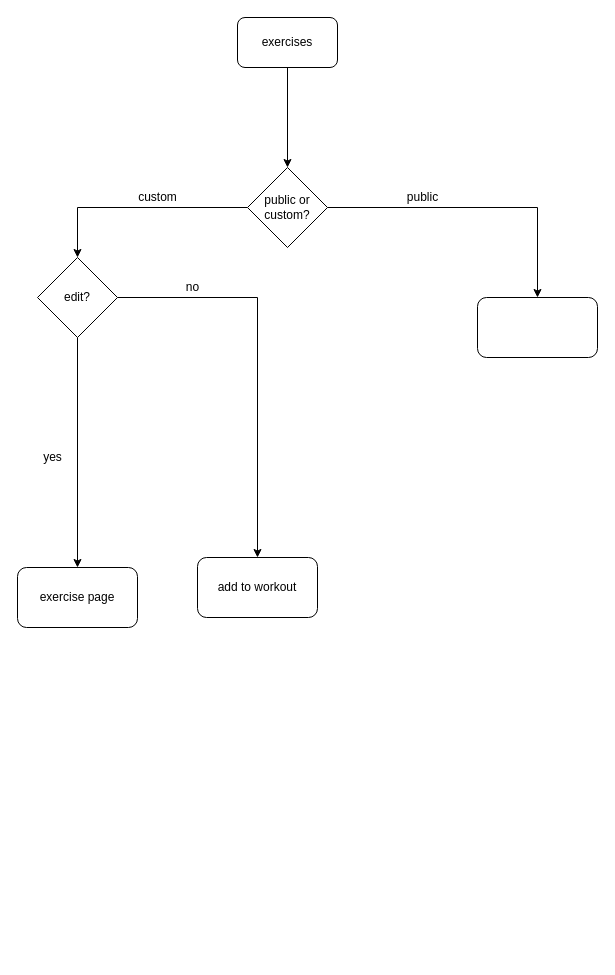
ktderosier/ReactWorkoutApp keeps this draw.io diagram as page "exercise library" (6 of 6) of Untitled Diagram.drawio. Above is the earlier version. Source tidied: cells renumbered, new cells numbered last; positions are measured from the earlier drawing's top-left corner, leaving out a move shared by most shapes. Both pictures are drawn from the tidied source at 100%, with x=0, y=0 at pixel (17, 17).
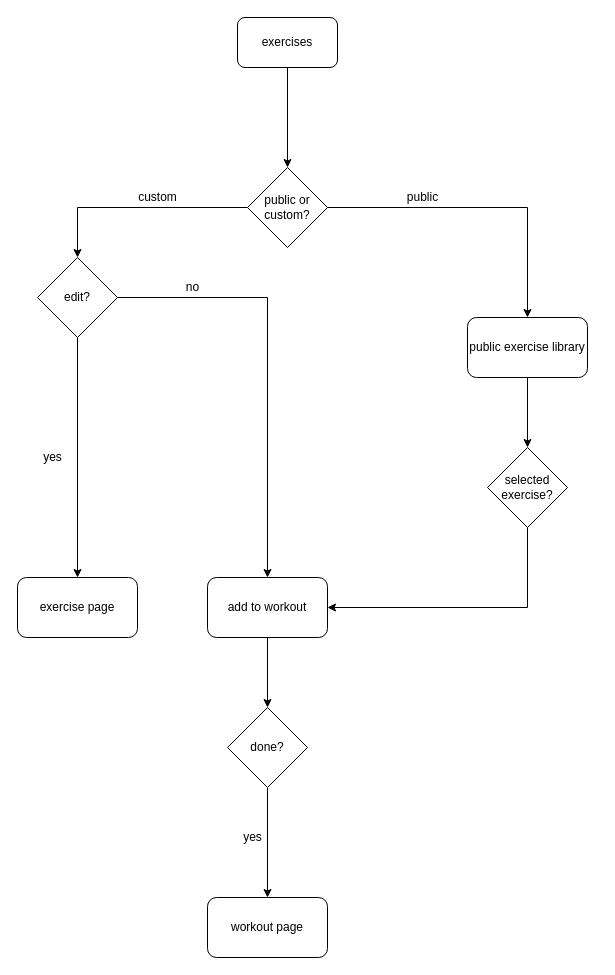
The same page after the edit.

Change to the diagram source:
```diff
@@
+    <mxCell id="17" style="edgeStyle=orthogonalEdgeStyle;rounded=0;jettySize=auto;html=1;" parent="1" edge="1" source="7" target="22">
+      <mxGeometry relative="1" as="geometry" />
+    </mxCell>
     <mxCell id="7" value="add to workout" style="rounded=1;whiteSpace=wrap;html=1;" parent="1" vertex="1">
-      <mxGeometry x="180" y="540" width="120" height="60" as="geometry" />
+      <mxGeometry x="190" y="560" width="120" height="60" as="geometry" />
     </mxCell>
+    <mxCell id="18" style="edgeStyle=orthogonalEdgeStyle;rounded=0;jettySize=auto;html=1;" parent="1" edge="1" source="8" target="20">
+      <mxGeometry relative="1" as="geometry" />
+    </mxCell>
-    <mxCell id="8" style="rounded=1;whiteSpace=wrap;html=1;" parent="1" vertex="1">
-      <mxGeometry x="460" y="280" width="120" height="60" as="geometry" />
+    <mxCell id="8" value="public exercise library" style="rounded=1;whiteSpace=wrap;html=1;" parent="1" vertex="1">
+      <mxGeometry x="450" y="300" width="120" height="60" as="geometry" />
     </mxCell>
@@
     <mxCell id="15" value="exercise page" style="rounded=1;whiteSpace=wrap;html=1;" parent="1" vertex="1">
-      <mxGeometry y="550" width="120" height="60" as="geometry" />
+      <mxGeometry y="560" width="120" height="60" as="geometry" />
     </mxCell>
@@
+    <mxCell id="19" style="edgeStyle=orthogonalEdgeStyle;rounded=0;jettySize=auto;html=1;entryX=1;entryY=0.5;entryDx=0;entryDy=0;" parent="1" edge="1" source="20" target="7">
+      <mxGeometry relative="1" as="geometry">
+        <Array as="points">
+          <mxPoint x="510" y="590" />
+        </Array>
+      </mxGeometry>
+    </mxCell>
+    <mxCell id="20" value="selected exercise?" style="rhombus;whiteSpace=wrap;html=1;" parent="1" vertex="1">
+      <mxGeometry x="470" y="430" width="80" height="80" as="geometry" />
+    </mxCell>
+    <mxCell id="21" style="edgeStyle=orthogonalEdgeStyle;rounded=0;jettySize=auto;html=1;entryX=0.5;entryY=0;entryDx=0;entryDy=0;" parent="1" edge="1" source="22" target="23">
+      <mxGeometry relative="1" as="geometry" />
+    </mxCell>
+    <mxCell id="22" value="done?&lt;br&gt;" style="rhombus;whiteSpace=wrap;html=1;" parent="1" vertex="1">
+      <mxGeometry x="210" y="690" width="80" height="80" as="geometry" />
+    </mxCell>
+    <mxCell id="23" value="workout page&lt;br&gt;" style="rounded=1;whiteSpace=wrap;html=1;" parent="1" vertex="1">
+      <mxGeometry x="190" y="880" width="120" height="60" as="geometry" />
+    </mxCell>
+    <mxCell id="24" value="yes&lt;br&gt;" style="text;html=1;align=center;verticalAlign=middle;" parent="1" vertex="1">
+      <mxGeometry x="220" y="810" width="30" height="20" as="geometry" />
+    </mxCell>
```
